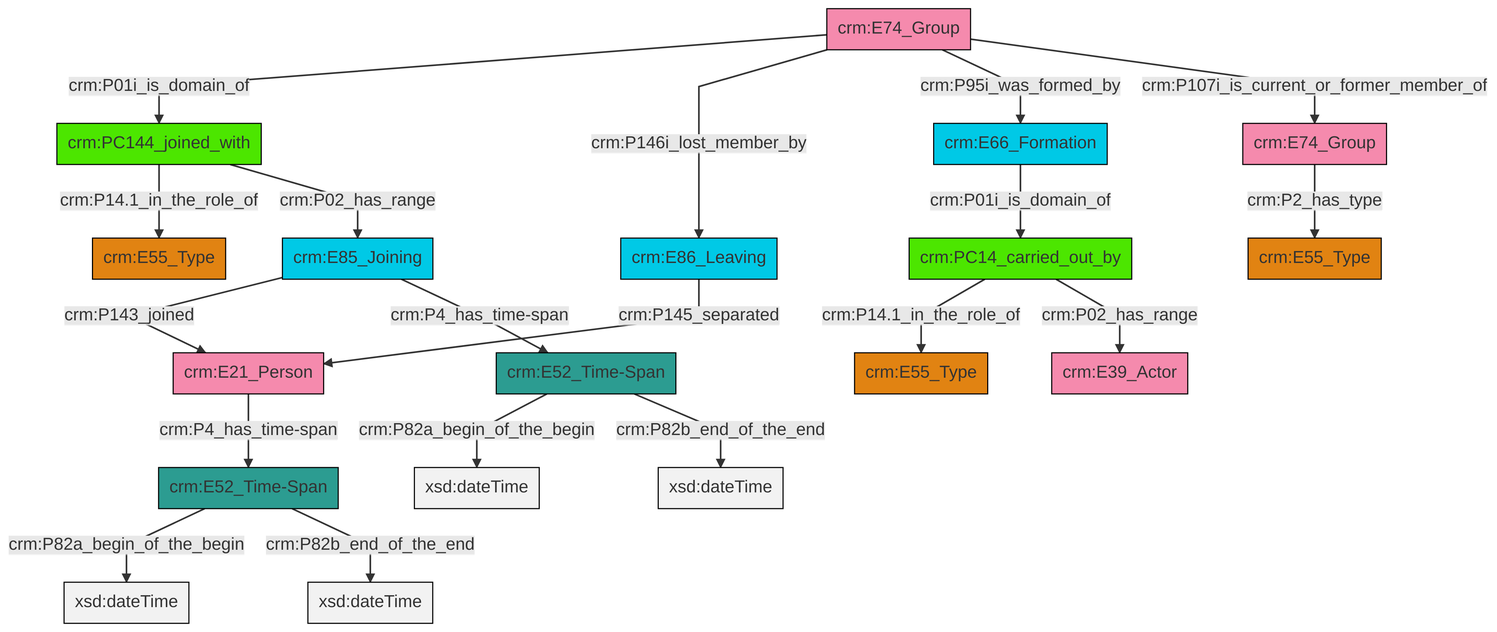
Earlier version of the Mermaid export et/groupCSV/ttl/mmd/png/group_actor_relations.png (swiss-art-research-net/docs.swissartresearch). Its source is kept beside it as et/groupCSV/ttl/mmd/group_actor_relations.ttl.mmd.
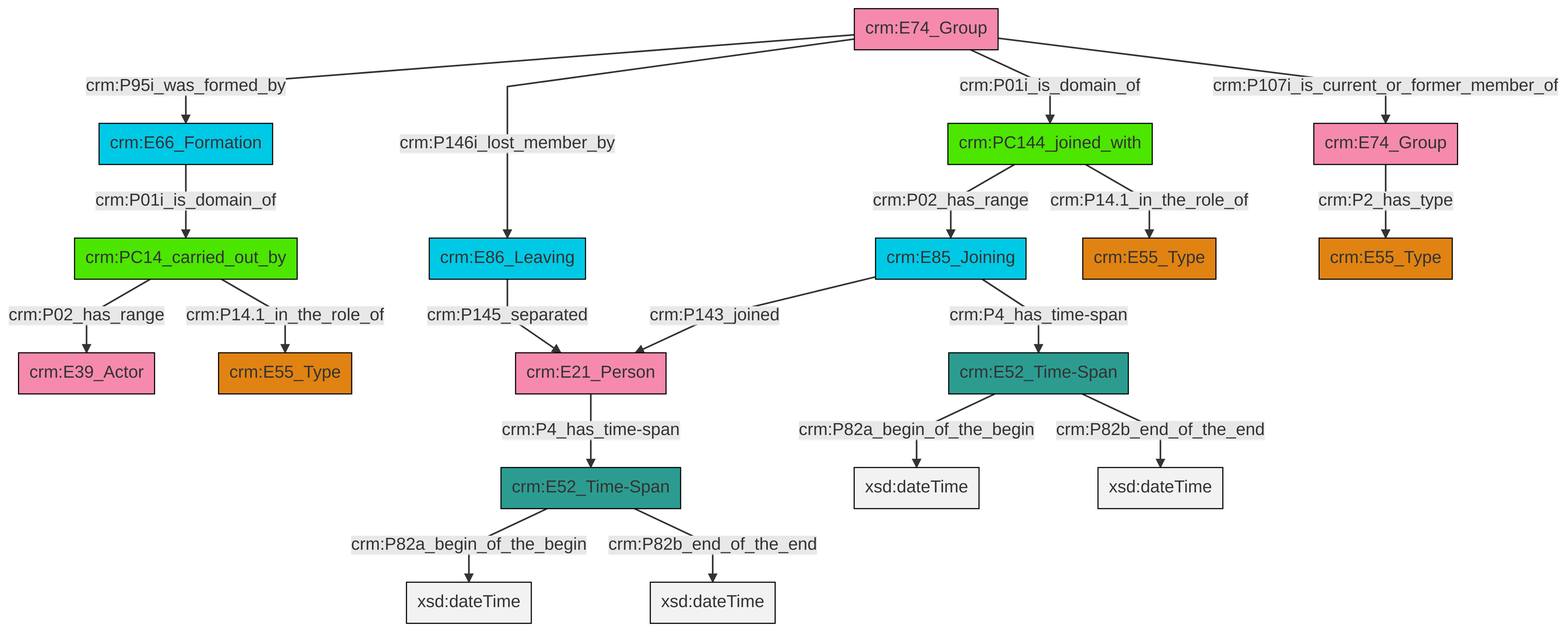
The same diagram one commit later.

The edit, as a diff of the source:
```diff
@@ -13,21 +13,21 @@
 classDef PC_Classes fill:#4ce600, stroke:#000000;
 classDef Multi fill:#cccccc,stroke:#000000;
 
-0["crm:E74_Group"]:::Actor -->|crm:P01i_is_domain_of| 1["crm:PC144_joined_with"]:::PC_Classes
-6["crm:E86_Leaving"]:::Temporal_Entity -->|crm:P145_separated| 7["crm:E21_Person"]:::Actor
-8["crm:E52_Time-Span"]:::Time-Span -->|crm:P82a_begin_of_the_begin| 9[xsd:dateTime]:::Literal
-0["crm:E74_Group"]:::Actor -->|crm:P146i_lost_member_by| 6["crm:E86_Leaving"]:::Temporal_Entity
-10["crm:E85_Joining"]:::Temporal_Entity -->|crm:P143_joined| 7["crm:E21_Person"]:::Actor
-12["crm:PC14_carried_out_by"]:::PC_Classes -->|crm:P14.1_in_the_role_of| 4["crm:E55_Type"]:::Type
-0["crm:E74_Group"]:::Actor -->|crm:P95i_was_formed_by| 13["crm:E66_Formation"]:::Temporal_Entity
-2["crm:E52_Time-Span"]:::Time-Span -->|crm:P82a_begin_of_the_begin| 14[xsd:dateTime]:::Literal
-13["crm:E66_Formation"]:::Temporal_Entity -->|crm:P01i_is_domain_of| 12["crm:PC14_carried_out_by"]:::PC_Classes
-12["crm:PC14_carried_out_by"]:::PC_Classes -->|crm:P02_has_range| 15["crm:E39_Actor"]:::Actor
-7["crm:E21_Person"]:::Actor -->|crm:P4_has_time-span| 2["crm:E52_Time-Span"]:::Time-Span
-18["crm:E74_Group"]:::Actor -->|crm:P2_has_type| 19["crm:E55_Type"]:::Type
-1["crm:PC144_joined_with"]:::PC_Classes -->|crm:P14.1_in_the_role_of| 16["crm:E55_Type"]:::Type
-2["crm:E52_Time-Span"]:::Time-Span -->|crm:P82b_end_of_the_end| 27[xsd:dateTime]:::Literal
-0["crm:E74_Group"]:::Actor -->|crm:P107i_is_current_or_former_member_of| 18["crm:E74_Group"]:::Actor
-1["crm:PC144_joined_with"]:::PC_Classes -->|crm:P02_has_range| 10["crm:E85_Joining"]:::Temporal_Entity
-8["crm:E52_Time-Span"]:::Time-Span -->|crm:P82b_end_of_the_end| 31[xsd:dateTime]:::Literal
-10["crm:E85_Joining"]:::Temporal_Entity -->|crm:P4_has_time-span| 8["crm:E52_Time-Span"]:::Time-Span
+0["crm:PC144_joined_with"]:::PC_Classes -->|crm:P02_has_range| 1["crm:E85_Joining"]:::Temporal_Entity
+2["crm:PC14_carried_out_by"]:::PC_Classes -->|crm:P02_has_range| 6["crm:E39_Actor"]:::Actor
+14["crm:E74_Group"]:::Actor -->|crm:P2_has_type| 15["crm:E55_Type"]:::Type
+18["crm:E52_Time-Span"]:::Time-Span -->|crm:P82a_begin_of_the_begin| 22[xsd:dateTime]:::Literal
+12["crm:E74_Group"]:::Actor -->|crm:P146i_lost_member_by| 4["crm:E86_Leaving"]:::Temporal_Entity
+1["crm:E85_Joining"]:::Temporal_Entity -->|crm:P143_joined| 23["crm:E21_Person"]:::Actor
+18["crm:E52_Time-Span"]:::Time-Span -->|crm:P82b_end_of_the_end| 25[xsd:dateTime]:::Literal
+1["crm:E85_Joining"]:::Temporal_Entity -->|crm:P4_has_time-span| 18["crm:E52_Time-Span"]:::Time-Span
+20["crm:E52_Time-Span"]:::Time-Span -->|crm:P82a_begin_of_the_begin| 27[xsd:dateTime]:::Literal
+12["crm:E74_Group"]:::Actor -->|crm:P95i_was_formed_by| 16["crm:E66_Formation"]:::Temporal_Entity
+4["crm:E86_Leaving"]:::Temporal_Entity -->|crm:P145_separated| 23["crm:E21_Person"]:::Actor
+16["crm:E66_Formation"]:::Temporal_Entity -->|crm:P01i_is_domain_of| 2["crm:PC14_carried_out_by"]:::PC_Classes
+20["crm:E52_Time-Span"]:::Time-Span -->|crm:P82b_end_of_the_end| 30[xsd:dateTime]:::Literal
+2["crm:PC14_carried_out_by"]:::PC_Classes -->|crm:P14.1_in_the_role_of| 10["crm:E55_Type"]:::Type
+12["crm:E74_Group"]:::Actor -->|crm:P01i_is_domain_of| 0["crm:PC144_joined_with"]:::PC_Classes
+23["crm:E21_Person"]:::Actor -->|crm:P4_has_time-span| 20["crm:E52_Time-Span"]:::Time-Span
+0["crm:PC144_joined_with"]:::PC_Classes -->|crm:P14.1_in_the_role_of| 8["crm:E55_Type"]:::Type
+12["crm:E74_Group"]:::Actor -->|crm:P107i_is_current_or_former_member_of| 14["crm:E74_Group"]:::Actor
```
